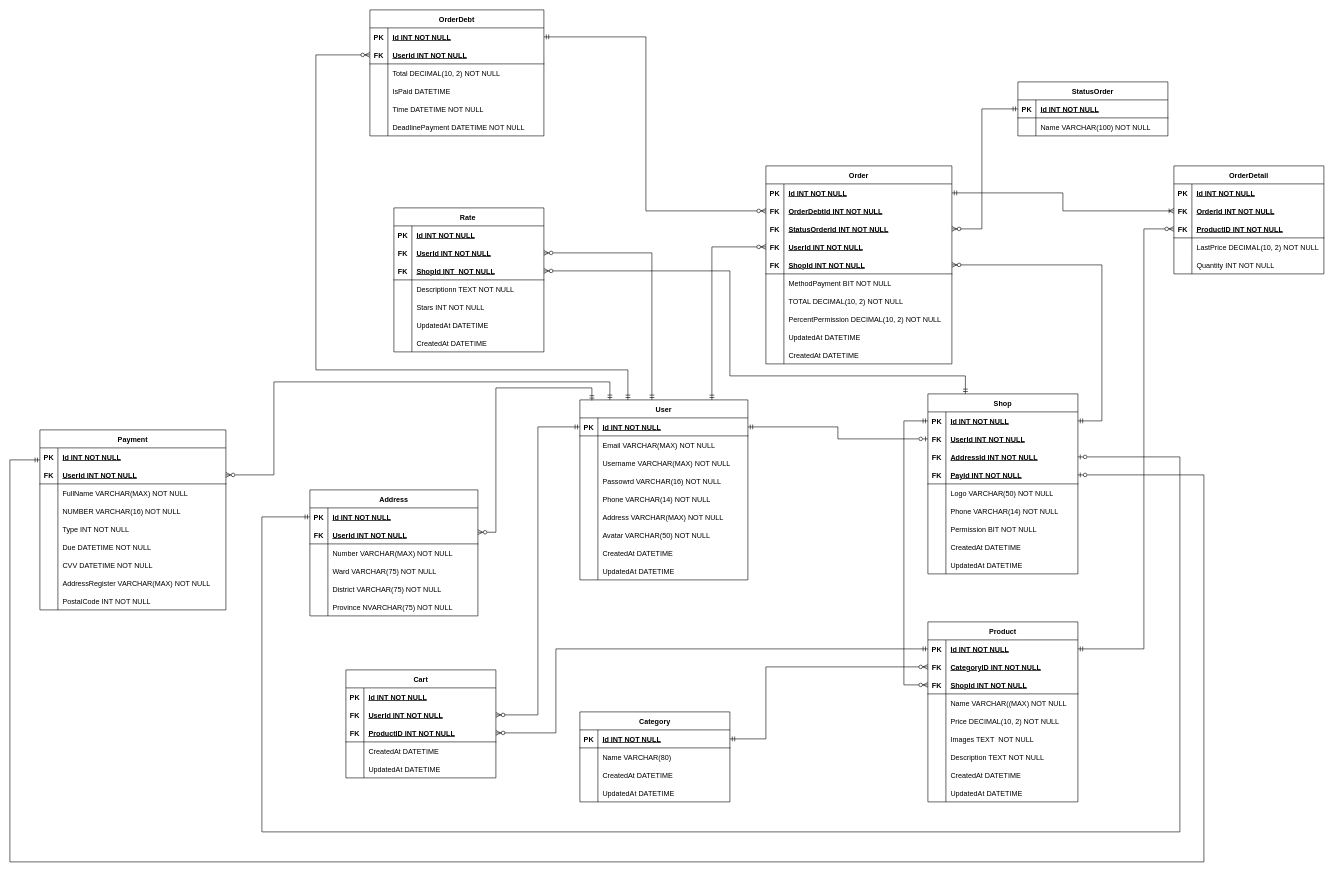
Earlier version of the draw.io diagram Doc/Diagram/ERD/ERD.drawio (PhuNguyen01997/P-P-Commercial-Sem04). Source tidied: cells renumbered, new cells numbered last; positions are measured from the earlier drawing's top-left corner, leaving out a move shared by most shapes. Both pictures are drawn from the tidied source at 60%, with x=0, y=0 at pixel (10, 10).
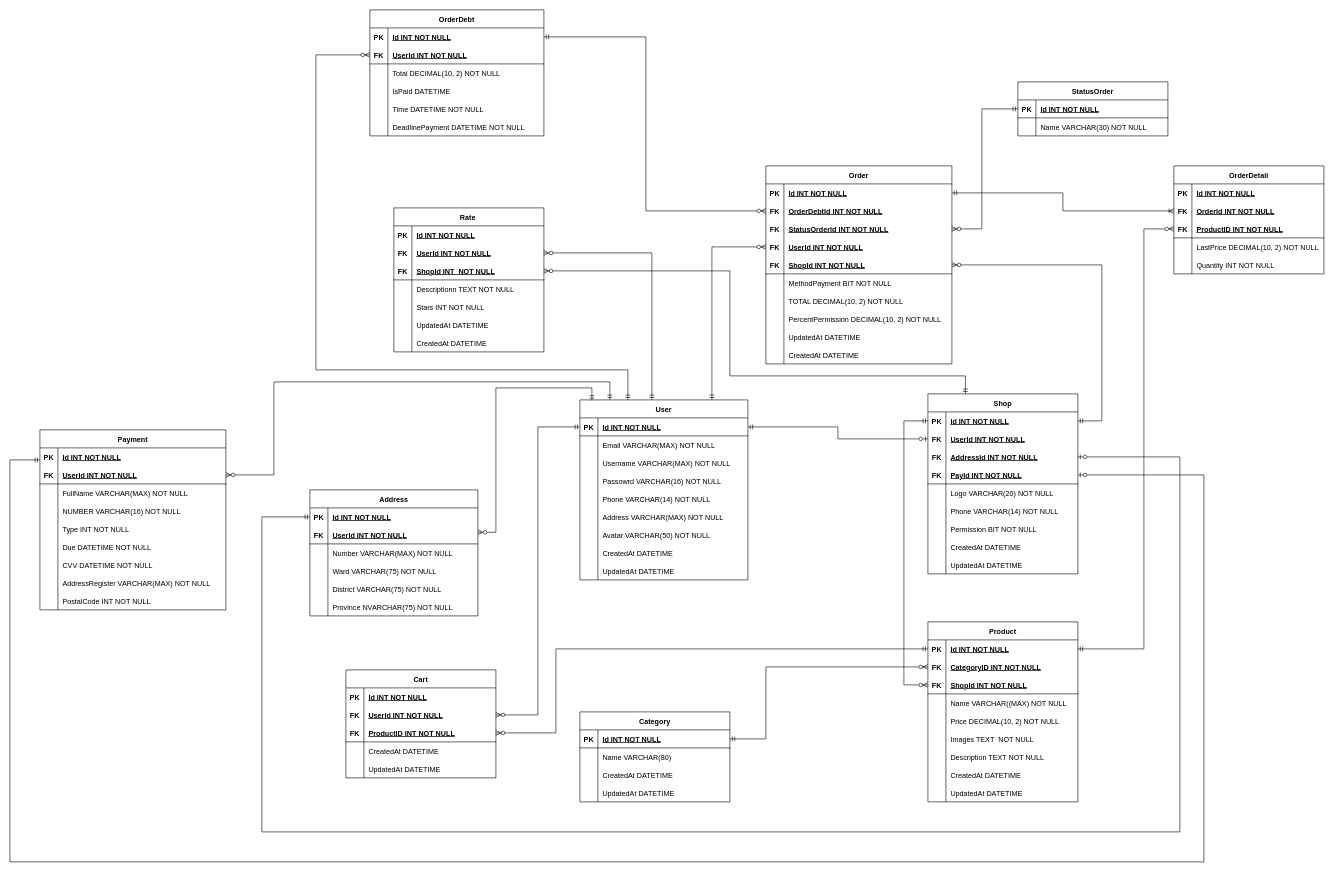
The same page after the edit.

The change refers to these unchanged cells:
```xml
<mxCell id="44" style="shape=partialRectangle;fillColor=none;top=0;left=0;right=0;bottom=0;" parent="31" vertex="1">
  <mxGeometry y="150" width="250" height="30" as="geometry" />
</mxCell>
<mxCell id="181" style="shape=partialRectangle;fillColor=none;top=0;left=0;right=0;bottom=0;" parent="177" vertex="1">
  <mxGeometry y="60" width="250" height="30" as="geometry" />
</mxCell>
```

What changed in the source:
```diff
@@
-    <mxCell id="46" value="Logo VARCHAR(50) NOT NULL" style="shape=partialRectangle;overflow=hidden;fillColor=none;top=0;left=0;bottom=0;right=0;align=left;spacingLeft=6;" parent="44" vertex="1">
+    <mxCell id="46" value="Logo VARCHAR(20) NOT NULL" style="shape=partialRectangle;overflow=hidden;fillColor=none;top=0;left=0;bottom=0;right=0;align=left;spacingLeft=6;" parent="44" vertex="1">
       <mxGeometry x="30" width="220" height="30" as="geometry" />
     </mxCell>
@@
-    <mxCell id="183" value="Name VARCHAR(100) NOT NULL" style="shape=partialRectangle;overflow=hidden;fillColor=none;top=0;left=0;bottom=0;right=0;align=left;spacingLeft=6;" parent="181" vertex="1">
+    <mxCell id="183" value="Name VARCHAR(30) NOT NULL" style="shape=partialRectangle;overflow=hidden;fillColor=none;top=0;left=0;bottom=0;right=0;align=left;spacingLeft=6;" parent="181" vertex="1">
       <mxGeometry x="30" width="220" height="30" as="geometry" />
     </mxCell>
```
